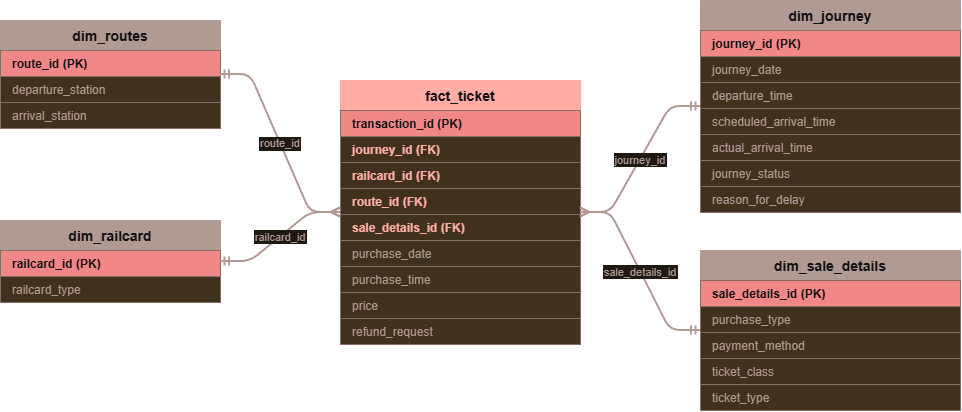
Above: docs/images/star_schema.png in uk-train-rides/UK-Train-Rides-project (draw.io), before the change. Source tidied: cells renumbered, new cells last; positions are measured from the earlier drawing's top-left corner, leaving out a move shared by most shapes.
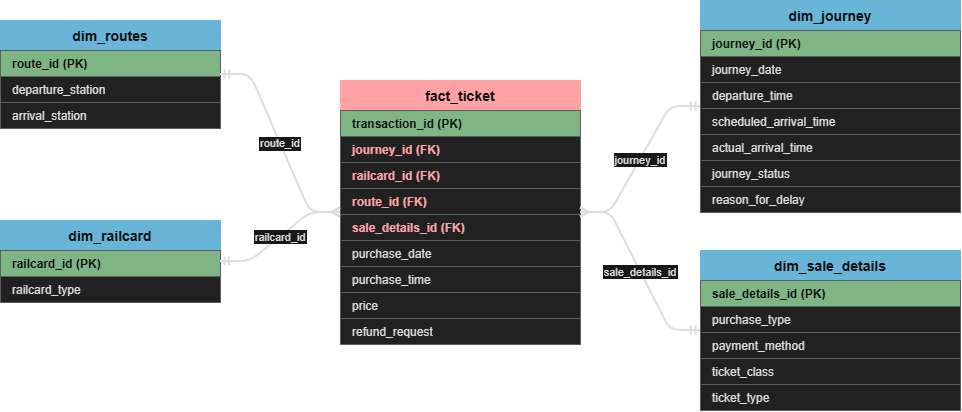
Above is the later version.

Change to the diagram source:
```diff
@@ -1,110 +1,110 @@
-<mxGraphModel background="#FBF5EF">
+<mxGraphModel background="#F8F8F8">
   <root>
     <mxCell id="0" />
     <mxCell id="1" parent="0" />
-    <mxCell id="2" value="fact_ticket" style="swimlane;fontStyle=1;fontSize=14;startSize=30;horizontal=1;swimlaneFillColor=#E7D7C1;fillColor=#8C1C13;strokeColor=#8C1C13;fontColor=#FFFFFF;rounded=0;align=center;" parent="1" vertex="1">
+    <mxCell id="2" value="fact_ticket" style="swimlane;fontStyle=1;fontSize=14;startSize=30;horizontal=1;swimlaneFillColor=#EDEDED;fillColor=#A61C20;strokeColor=#A61C20;fontColor=#FFFFFF;rounded=0;align=center;" parent="1" vertex="1">
       <mxGeometry x="340" y="80" width="240" height="264" as="geometry" />
     </mxCell>
-    <mxCell id="3" value="transaction_id  (PK)" style="text;align=left;verticalAlign=middle;spacingLeft=10;fillColor=#BF4342;strokeColor=#A78A7F;fontColor=#FFFFFF;fontStyle=1;fontSize=12;" parent="2" vertex="1">
+    <mxCell id="3" value="transaction_id  (PK)" style="text;align=left;verticalAlign=middle;spacingLeft=10;fillColor=#25642C;strokeColor=#A8A8A8;fontColor=#FFFFFF;fontStyle=1;fontSize=12;" parent="2" vertex="1">
       <mxGeometry y="30" width="240" height="26" as="geometry" />
     </mxCell>
-    <mxCell id="4" value="journey_id  (FK)" style="text;align=left;verticalAlign=middle;spacingLeft=10;fillColor=#E7D7C1;strokeColor=#A78A7F;fontColor=#8C1C13;fontStyle=1;fontSize=12;" parent="2" vertex="1">
+    <mxCell id="4" value="journey_id  (FK)" style="text;align=left;verticalAlign=middle;spacingLeft=10;fillColor=#EDEDED;strokeColor=#A8A8A8;fontColor=#A61C20;fontStyle=1;fontSize=12;" parent="2" vertex="1">
       <mxGeometry y="56" width="240" height="26" as="geometry" />
     </mxCell>
-    <mxCell id="5" value="railcard_id  (FK)" style="text;align=left;verticalAlign=middle;spacingLeft=10;fillColor=#E7D7C1;strokeColor=#A78A7F;fontColor=#8C1C13;fontStyle=1;fontSize=12;" parent="2" vertex="1">
+    <mxCell id="5" value="railcard_id  (FK)" style="text;align=left;verticalAlign=middle;spacingLeft=10;fillColor=#EDEDED;strokeColor=#A8A8A8;fontColor=#A61C20;fontStyle=1;fontSize=12;" parent="2" vertex="1">
       <mxGeometry y="82" width="240" height="26" as="geometry" />
     </mxCell>
-    <mxCell id="6" value="route_id  (FK)" style="text;align=left;verticalAlign=middle;spacingLeft=10;fillColor=#E7D7C1;strokeColor=#A78A7F;fontColor=#8C1C13;fontStyle=1;fontSize=12;" parent="2" vertex="1">
+    <mxCell id="6" value="route_id  (FK)" style="text;align=left;verticalAlign=middle;spacingLeft=10;fillColor=#EDEDED;strokeColor=#A8A8A8;fontColor=#A61C20;fontStyle=1;fontSize=12;" parent="2" vertex="1">
       <mxGeometry y="108" width="240" height="26" as="geometry" />
     </mxCell>
-    <mxCell id="7" value="sale_details_id  (FK)" style="text;align=left;verticalAlign=middle;spacingLeft=10;fillColor=#E7D7C1;strokeColor=#A78A7F;fontColor=#8C1C13;fontStyle=1;fontSize=12;" parent="2" vertex="1">
+    <mxCell id="7" value="sale_details_id  (FK)" style="text;align=left;verticalAlign=middle;spacingLeft=10;fillColor=#EDEDED;strokeColor=#A8A8A8;fontColor=#A61C20;fontStyle=1;fontSize=12;" parent="2" vertex="1">
       <mxGeometry y="134" width="240" height="26" as="geometry" />
     </mxCell>
-    <mxCell id="8" value="purchase_date" style="text;align=left;verticalAlign=middle;spacingLeft=10;fillColor=#E7D7C1;strokeColor=#A78A7F;fontColor=#735751;fontSize=12;" parent="2" vertex="1">
+    <mxCell id="8" value="purchase_date" style="text;align=left;verticalAlign=middle;spacingLeft=10;fillColor=#EDEDED;strokeColor=#A8A8A8;fontColor=#101412;fontSize=12;" parent="2" vertex="1">
       <mxGeometry y="160" width="240" height="26" as="geometry" />
     </mxCell>
-    <mxCell id="9" value="purchase_time" style="text;align=left;verticalAlign=middle;spacingLeft=10;fillColor=#E7D7C1;strokeColor=#A78A7F;fontColor=#735751;fontSize=12;" parent="2" vertex="1">
+    <mxCell id="9" value="purchase_time" style="text;align=left;verticalAlign=middle;spacingLeft=10;fillColor=#EDEDED;strokeColor=#A8A8A8;fontColor=#101412;fontSize=12;" parent="2" vertex="1">
       <mxGeometry y="186" width="240" height="26" as="geometry" />
     </mxCell>
-    <mxCell id="10" value="price" style="text;align=left;verticalAlign=middle;spacingLeft=10;fillColor=#E7D7C1;strokeColor=#A78A7F;fontColor=#735751;fontSize=12;" parent="2" vertex="1">
+    <mxCell id="10" value="price" style="text;align=left;verticalAlign=middle;spacingLeft=10;fillColor=#EDEDED;strokeColor=#A8A8A8;fontColor=#101412;fontSize=12;" parent="2" vertex="1">
       <mxGeometry y="212" width="240" height="26" as="geometry" />
     </mxCell>
-    <mxCell id="11" value="refund_request" style="text;align=left;verticalAlign=middle;spacingLeft=10;fillColor=#E7D7C1;strokeColor=#A78A7F;fontColor=#735751;fontSize=12;" parent="2" vertex="1">
+    <mxCell id="11" value="refund_request" style="text;align=left;verticalAlign=middle;spacingLeft=10;fillColor=#EDEDED;strokeColor=#A8A8A8;fontColor=#101412;fontSize=12;" parent="2" vertex="1">
       <mxGeometry y="238" width="240" height="26" as="geometry" />
     </mxCell>
-    <mxCell id="12" value="dim_routes" style="swimlane;fontStyle=1;fontSize=14;startSize=30;horizontal=1;swimlaneFillColor=#E7D7C1;fillColor=#735751;strokeColor=#735751;fontColor=#FFFFFF;rounded=0;align=center;" parent="1" vertex="1">
+    <mxCell id="12" value="dim_routes" style="swimlane;fontStyle=1;fontSize=14;startSize=30;horizontal=1;swimlaneFillColor=#EDEDED;fillColor=#08628A;strokeColor=#08628A;fontColor=#FFFFFF;rounded=0;align=center;" parent="1" vertex="1">
       <mxGeometry y="20" width="220" height="108" as="geometry" />
     </mxCell>
-    <mxCell id="13" value="route_id  (PK)" style="text;align=left;verticalAlign=middle;spacingLeft=10;fillColor=#BF4342;strokeColor=#A78A7F;fontColor=#FFFFFF;fontStyle=1;fontSize=12;" parent="12" vertex="1">
+    <mxCell id="13" value="route_id  (PK)" style="text;align=left;verticalAlign=middle;spacingLeft=10;fillColor=#25642C;strokeColor=#A8A8A8;fontColor=#FFFFFF;fontStyle=1;fontSize=12;" parent="12" vertex="1">
       <mxGeometry y="30" width="220" height="26" as="geometry" />
     </mxCell>
-    <mxCell id="14" value="departure_station" style="text;align=left;verticalAlign=middle;spacingLeft=10;fillColor=#E7D7C1;strokeColor=#A78A7F;fontColor=#735751;fontSize=12;" parent="12" vertex="1">
+    <mxCell id="14" value="departure_station" style="text;align=left;verticalAlign=middle;spacingLeft=10;fillColor=#EDEDED;strokeColor=#A8A8A8;fontColor=#101412;fontSize=12;" parent="12" vertex="1">
       <mxGeometry y="56" width="220" height="26" as="geometry" />
     </mxCell>
-    <mxCell id="15" value="arrival_station" style="text;align=left;verticalAlign=middle;spacingLeft=10;fillColor=#E7D7C1;strokeColor=#A78A7F;fontColor=#735751;fontSize=12;" parent="12" vertex="1">
+    <mxCell id="15" value="arrival_station" style="text;align=left;verticalAlign=middle;spacingLeft=10;fillColor=#EDEDED;strokeColor=#A8A8A8;fontColor=#101412;fontSize=12;" parent="12" vertex="1">
       <mxGeometry y="82" width="220" height="26" as="geometry" />
     </mxCell>
-    <mxCell id="16" value="dim_railcard" style="swimlane;fontStyle=1;fontSize=14;startSize=30;horizontal=1;swimlaneFillColor=#E7D7C1;fillColor=#735751;strokeColor=#735751;fontColor=#FFFFFF;rounded=0;align=center;" parent="1" vertex="1">
+    <mxCell id="16" value="dim_railcard" style="swimlane;fontStyle=1;fontSize=14;startSize=30;horizontal=1;swimlaneFillColor=#EDEDED;fillColor=#08628A;strokeColor=#08628A;fontColor=#FFFFFF;rounded=0;align=center;" parent="1" vertex="1">
       <mxGeometry y="220" width="220" height="82" as="geometry" />
     </mxCell>
-    <mxCell id="17" value="railcard_id  (PK)" style="text;align=left;verticalAlign=middle;spacingLeft=10;fillColor=#BF4342;strokeColor=#A78A7F;fontColor=#FFFFFF;fontStyle=1;fontSize=12;" parent="16" vertex="1">
+    <mxCell id="17" value="railcard_id  (PK)" style="text;align=left;verticalAlign=middle;spacingLeft=10;fillColor=#25642C;strokeColor=#A8A8A8;fontColor=#FFFFFF;fontStyle=1;fontSize=12;" parent="16" vertex="1">
       <mxGeometry y="30" width="220" height="26" as="geometry" />
     </mxCell>
-    <mxCell id="18" value="railcard_type" style="text;align=left;verticalAlign=middle;spacingLeft=10;fillColor=#E7D7C1;strokeColor=#A78A7F;fontColor=#735751;fontSize=12;" parent="16" vertex="1">
+    <mxCell id="18" value="railcard_type" style="text;align=left;verticalAlign=middle;spacingLeft=10;fillColor=#EDEDED;strokeColor=#A8A8A8;fontColor=#101412;fontSize=12;" parent="16" vertex="1">
       <mxGeometry y="56" width="220" height="26" as="geometry" />
     </mxCell>
-    <mxCell id="19" value="dim_journey" style="swimlane;fontStyle=1;fontSize=14;startSize=30;horizontal=1;swimlaneFillColor=#E7D7C1;fillColor=#735751;strokeColor=#735751;fontColor=#FFFFFF;rounded=0;align=center;" parent="1" vertex="1">
+    <mxCell id="19" value="dim_journey" style="swimlane;fontStyle=1;fontSize=14;startSize=30;horizontal=1;swimlaneFillColor=#EDEDED;fillColor=#08628A;strokeColor=#08628A;fontColor=#FFFFFF;rounded=0;align=center;" parent="1" vertex="1">
       <mxGeometry x="700" width="260" height="212" as="geometry" />
     </mxCell>
-    <mxCell id="20" value="journey_id  (PK)" style="text;align=left;verticalAlign=middle;spacingLeft=10;fillColor=#BF4342;strokeColor=#A78A7F;fontColor=#FFFFFF;fontStyle=1;fontSize=12;" parent="19" vertex="1">
+    <mxCell id="20" value="journey_id  (PK)" style="text;align=left;verticalAlign=middle;spacingLeft=10;fillColor=#25642C;strokeColor=#A8A8A8;fontColor=#FFFFFF;fontStyle=1;fontSize=12;" parent="19" vertex="1">
       <mxGeometry y="30" width="260" height="26" as="geometry" />
     </mxCell>
-    <mxCell id="21" value="journey_date" style="text;align=left;verticalAlign=middle;spacingLeft=10;fillColor=#E7D7C1;strokeColor=#A78A7F;fontColor=#735751;fontSize=12;" parent="19" vertex="1">
+    <mxCell id="21" value="journey_date" style="text;align=left;verticalAlign=middle;spacingLeft=10;fillColor=#EDEDED;strokeColor=#A8A8A8;fontColor=#101412;fontSize=12;" parent="19" vertex="1">
       <mxGeometry y="56" width="260" height="26" as="geometry" />
     </mxCell>
-    <mxCell id="22" value="departure_time" style="text;align=left;verticalAlign=middle;spacingLeft=10;fillColor=#E7D7C1;strokeColor=#A78A7F;fontColor=#735751;fontSize=12;" parent="19" vertex="1">
+    <mxCell id="22" value="departure_time" style="text;align=left;verticalAlign=middle;spacingLeft=10;fillColor=#EDEDED;strokeColor=#A8A8A8;fontColor=#101412;fontSize=12;" parent="19" vertex="1">
       <mxGeometry y="82" width="260" height="26" as="geometry" />
     </mxCell>
-    <mxCell id="23" value="scheduled_arrival_time" style="text;align=left;verticalAlign=middle;spacingLeft=10;fillColor=#E7D7C1;strokeColor=#A78A7F;fontColor=#735751;fontSize=12;" parent="19" vertex="1">
+    <mxCell id="23" value="scheduled_arrival_time" style="text;align=left;verticalAlign=middle;spacingLeft=10;fillColor=#EDEDED;strokeColor=#A8A8A8;fontColor=#101412;fontSize=12;" parent="19" vertex="1">
       <mxGeometry y="108" width="260" height="26" as="geometry" />
     </mxCell>
-    <mxCell id="24" value="actual_arrival_time" style="text;align=left;verticalAlign=middle;spacingLeft=10;fillColor=#E7D7C1;strokeColor=#A78A7F;fontColor=#735751;fontSize=12;" parent="19" vertex="1">
+    <mxCell id="24" value="actual_arrival_time" style="text;align=left;verticalAlign=middle;spacingLeft=10;fillColor=#EDEDED;strokeColor=#A8A8A8;fontColor=#101412;fontSize=12;" parent="19" vertex="1">
       <mxGeometry y="134" width="260" height="26" as="geometry" />
     </mxCell>
-    <mxCell id="25" value="journey_status" style="text;align=left;verticalAlign=middle;spacingLeft=10;fillColor=#E7D7C1;strokeColor=#A78A7F;fontColor=#735751;fontSize=12;" parent="19" vertex="1">
+    <mxCell id="25" value="journey_status" style="text;align=left;verticalAlign=middle;spacingLeft=10;fillColor=#EDEDED;strokeColor=#A8A8A8;fontColor=#101412;fontSize=12;" parent="19" vertex="1">
       <mxGeometry y="160" width="260" height="26" as="geometry" />
     </mxCell>
-    <mxCell id="26" value="reason_for_delay" style="text;align=left;verticalAlign=middle;spacingLeft=10;fillColor=#E7D7C1;strokeColor=#A78A7F;fontColor=#735751;fontSize=12;" parent="19" vertex="1">
+    <mxCell id="26" value="reason_for_delay" style="text;align=left;verticalAlign=middle;spacingLeft=10;fillColor=#EDEDED;strokeColor=#A8A8A8;fontColor=#101412;fontSize=12;" parent="19" vertex="1">
       <mxGeometry y="186" width="260" height="26" as="geometry" />
     </mxCell>
-    <mxCell id="27" value="dim_sale_details" style="swimlane;fontStyle=1;fontSize=14;startSize=30;horizontal=1;swimlaneFillColor=#E7D7C1;fillColor=#735751;strokeColor=#735751;fontColor=#FFFFFF;rounded=0;align=center;" parent="1" vertex="1">
+    <mxCell id="27" value="dim_sale_details" style="swimlane;fontStyle=1;fontSize=14;startSize=30;horizontal=1;swimlaneFillColor=#EDEDED;fillColor=#08628A;strokeColor=#08628A;fontColor=#FFFFFF;rounded=0;align=center;" parent="1" vertex="1">
       <mxGeometry x="700" y="250" width="260" height="160" as="geometry" />
     </mxCell>
-    <mxCell id="28" value="sale_details_id  (PK)" style="text;align=left;verticalAlign=middle;spacingLeft=10;fillColor=#BF4342;strokeColor=#A78A7F;fontColor=#FFFFFF;fontStyle=1;fontSize=12;" parent="27" vertex="1">
+    <mxCell id="28" value="sale_details_id  (PK)" style="text;align=left;verticalAlign=middle;spacingLeft=10;fillColor=#25642C;strokeColor=#A8A8A8;fontColor=#FFFFFF;fontStyle=1;fontSize=12;" parent="27" vertex="1">
       <mxGeometry y="30" width="260" height="26" as="geometry" />
     </mxCell>
-    <mxCell id="29" value="purchase_type" style="text;align=left;verticalAlign=middle;spacingLeft=10;fillColor=#E7D7C1;strokeColor=#A78A7F;fontColor=#735751;fontSize=12;" parent="27" vertex="1">
+    <mxCell id="29" value="purchase_type" style="text;align=left;verticalAlign=middle;spacingLeft=10;fillColor=#EDEDED;strokeColor=#A8A8A8;fontColor=#101412;fontSize=12;" parent="27" vertex="1">
       <mxGeometry y="56" width="260" height="26" as="geometry" />
     </mxCell>
-    <mxCell id="30" value="payment_method" style="text;align=left;verticalAlign=middle;spacingLeft=10;fillColor=#E7D7C1;strokeColor=#A78A7F;fontColor=#735751;fontSize=12;" parent="27" vertex="1">
+    <mxCell id="30" value="payment_method" style="text;align=left;verticalAlign=middle;spacingLeft=10;fillColor=#EDEDED;strokeColor=#A8A8A8;fontColor=#101412;fontSize=12;" parent="27" vertex="1">
       <mxGeometry y="82" width="260" height="26" as="geometry" />
     </mxCell>
-    <mxCell id="31" value="ticket_class" style="text;align=left;verticalAlign=middle;spacingLeft=10;fillColor=#E7D7C1;strokeColor=#A78A7F;fontColor=#735751;fontSize=12;" parent="27" vertex="1">
+    <mxCell id="31" value="ticket_class" style="text;align=left;verticalAlign=middle;spacingLeft=10;fillColor=#EDEDED;strokeColor=#A8A8A8;fontColor=#101412;fontSize=12;" parent="27" vertex="1">
       <mxGeometry y="108" width="260" height="26" as="geometry" />
     </mxCell>
-    <mxCell id="32" value="ticket_type" style="text;align=left;verticalAlign=middle;spacingLeft=10;fillColor=#E7D7C1;strokeColor=#A78A7F;fontColor=#735751;fontSize=12;" parent="27" vertex="1">
+    <mxCell id="32" value="ticket_type" style="text;align=left;verticalAlign=middle;spacingLeft=10;fillColor=#EDEDED;strokeColor=#A8A8A8;fontColor=#101412;fontSize=12;" parent="27" vertex="1">
       <mxGeometry y="134" width="260" height="26" as="geometry" />
     </mxCell>
-    <mxCell id="33" value="route_id" style="edgeStyle=entityRelationEdgeStyle;endArrow=ERmany;startArrow=ERmandOne;endFill=0;startFill=0;strokeColor=#735751;strokeWidth=2;fontColor=#735751;fontSize=11;labelBackgroundColor=#FBF5EF;" parent="1" edge="1" source="12" target="2">
+    <mxCell id="33" value="route_id" style="edgeStyle=entityRelationEdgeStyle;endArrow=ERmany;startArrow=ERmandOne;endFill=0;startFill=0;strokeColor=#101412;strokeWidth=2;fontColor=#101412;fontSize=11;labelBackgroundColor=#F8F8F8;" parent="1" edge="1" source="12" target="2">
       <mxGeometry relative="1" as="geometry" />
     </mxCell>
-    <mxCell id="34" value="railcard_id" style="edgeStyle=entityRelationEdgeStyle;endArrow=ERmany;startArrow=ERmandOne;endFill=0;startFill=0;strokeColor=#735751;strokeWidth=2;fontColor=#735751;fontSize=11;labelBackgroundColor=#FBF5EF;" parent="1" edge="1" source="16" target="2">
+    <mxCell id="34" value="railcard_id" style="edgeStyle=entityRelationEdgeStyle;endArrow=ERmany;startArrow=ERmandOne;endFill=0;startFill=0;strokeColor=#101412;strokeWidth=2;fontColor=#101412;fontSize=11;labelBackgroundColor=#F8F8F8;" parent="1" edge="1" source="16" target="2">
       <mxGeometry relative="1" as="geometry" />
     </mxCell>
-    <mxCell id="35" value="journey_id" style="edgeStyle=entityRelationEdgeStyle;endArrow=ERmany;startArrow=ERmandOne;endFill=0;startFill=0;strokeColor=#735751;strokeWidth=2;fontColor=#735751;fontSize=11;labelBackgroundColor=#FBF5EF;" parent="1" edge="1" source="19" target="2">
+    <mxCell id="35" value="journey_id" style="edgeStyle=entityRelationEdgeStyle;endArrow=ERmany;startArrow=ERmandOne;endFill=0;startFill=0;strokeColor=#101412;strokeWidth=2;fontColor=#101412;fontSize=11;labelBackgroundColor=#F8F8F8;" parent="1" edge="1" source="19" target="2">
       <mxGeometry relative="1" as="geometry" />
     </mxCell>
-    <mxCell id="36" value="sale_details_id" style="edgeStyle=entityRelationEdgeStyle;endArrow=ERmany;startArrow=ERmandOne;endFill=0;startFill=0;strokeColor=#735751;strokeWidth=2;fontColor=#735751;fontSize=11;labelBackgroundColor=#FBF5EF;" parent="1" edge="1" source="27" target="2">
+    <mxCell id="36" value="sale_details_id" style="edgeStyle=entityRelationEdgeStyle;endArrow=ERmany;startArrow=ERmandOne;endFill=0;startFill=0;strokeColor=#101412;strokeWidth=2;fontColor=#101412;fontSize=11;labelBackgroundColor=#F8F8F8;" parent="1" edge="1" source="27" target="2">
       <mxGeometry relative="1" as="geometry" />
     </mxCell>
   </root>
```
